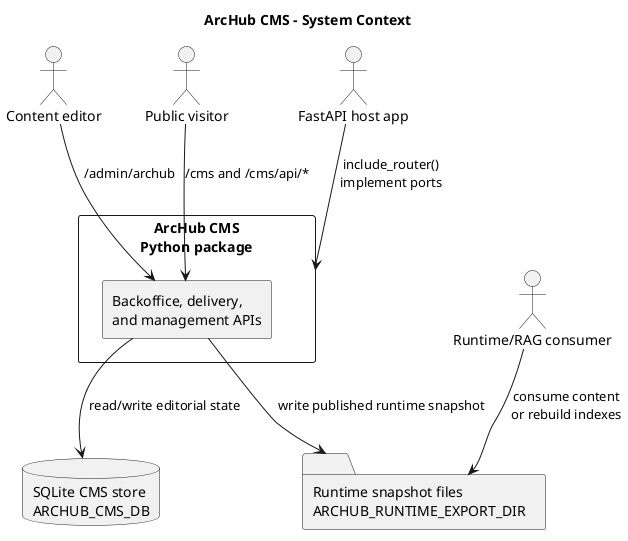
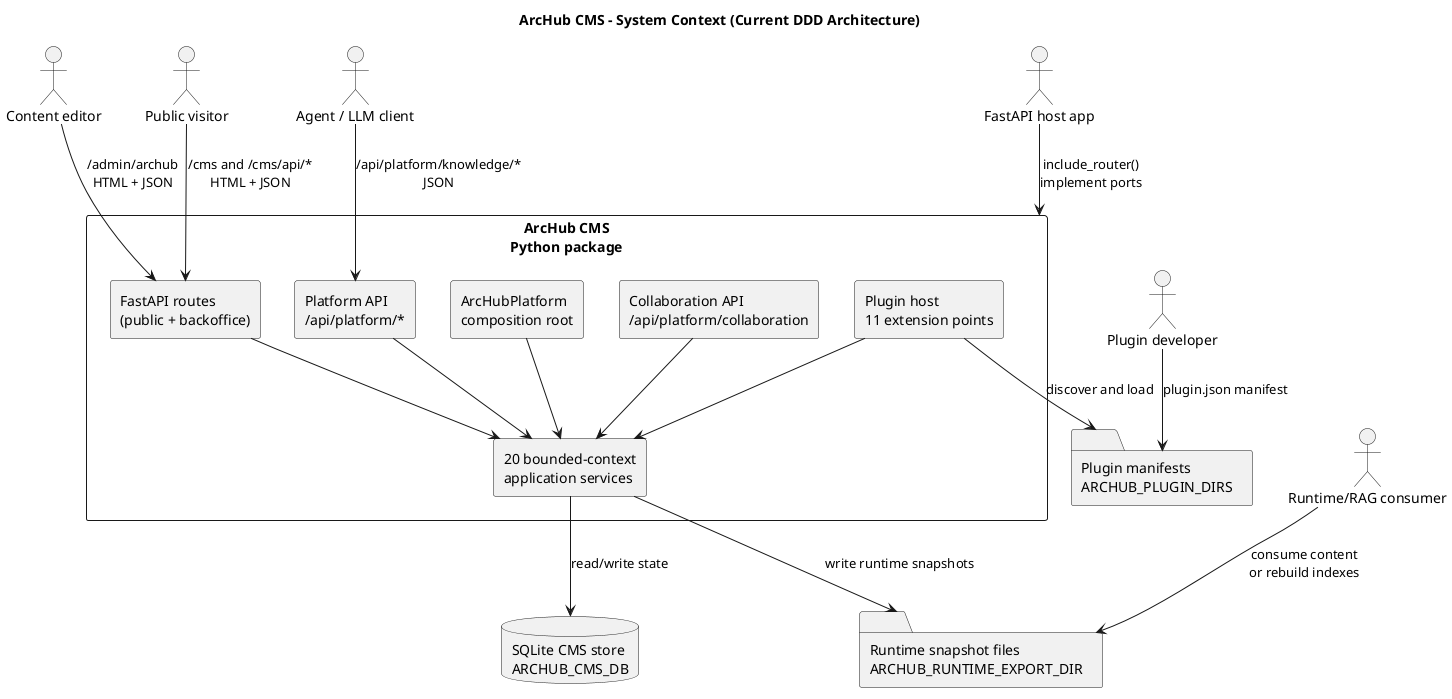
@startuml
- title ArcHub CMS - System Context
+ title ArcHub CMS - System Context (Current DDD Architecture)
skinparam componentStyle rectangle
skinparam shadowing false
skinparam defaultFontName Arial

actor "Content editor" as Editor
actor "Public visitor" as Visitor
actor "FastAPI host app" as Host
actor "Runtime/RAG consumer" as RuntimeConsumer
+ actor "Plugin developer" as PluginDev
+ actor "Agent / LLM client" as AgentClient

rectangle "ArcHub CMS\nPython package" as ArcHub {
-   rectangle "Backoffice, delivery,\nand management APIs" as Routes
+     rectangle "FastAPI routes\n(public + backoffice)" as Routes
+     rectangle "Platform API\n/api/platform/*" as PlatformAPI
+     rectangle "Collaboration API\n/api/platform/collaboration" as CollabAPI
+     rectangle "ArcHubPlatform\ncomposition root" as PlatformRoot
+     rectangle "20 bounded-context\napplication services" as Services
+     rectangle "Plugin host\n11 extension points" as Plugins
}

database "SQLite CMS store\nARCHUB_CMS_DB" as SQLite
folder "Runtime snapshot files\nARCHUB_RUNTIME_EXPORT_DIR" as Export
+ folder "Plugin manifests\nARCHUB_PLUGIN_DIRS" as PluginFiles

- Editor --> Routes : /admin/archub
- Visitor --> Routes : /cms and /cms/api/*
+ Editor --> Routes : /admin/archub\nHTML + JSON
+ Visitor --> Routes : /cms and /cms/api/*\nHTML + JSON
+ AgentClient --> PlatformAPI : /api/platform/knowledge/*\nJSON
Host --> ArcHub : include_router()\nimplement ports
- Routes --> SQLite : read/write editorial state
- Routes --> Export : write published runtime snapshot
+ PluginDev --> PluginFiles : plugin.json manifest
+ 
+ Routes --> Services
+ PlatformAPI --> Services
+ CollabAPI --> Services
+ PlatformRoot --> Services
+ Plugins --> Services
+ Services --> SQLite : read/write state
+ Services --> Export : write runtime snapshots
RuntimeConsumer --> Export : consume content\nor rebuild indexes
+ Plugins --> PluginFiles : discover and load
@enduml
